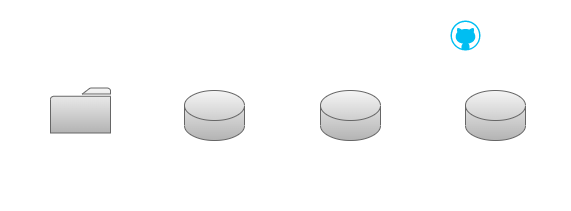
Before: images/git_image_ope_upload.png, a diagram exported from draw.io (syuuta0714/zenn-connect). Source tidied: cells renumbered, new cells last; positions are measured from the earlier drawing's top-left corner, leaving out a move shared by most shapes.
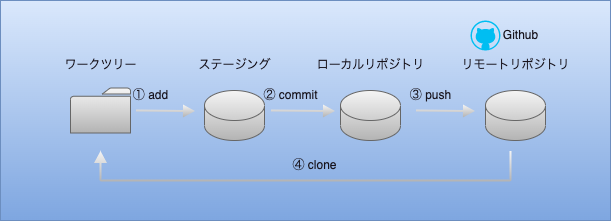
The same diagram one commit later.

The edit, as a diff of the source:
```diff
@@ -2,22 +2,22 @@
   <root>
     <mxCell id="0" />
     <mxCell id="1" parent="0" />
-    <mxCell id="2" style="rounded=0;whiteSpace=wrap;html=1;fillColor=default;strokeColor=none;" parent="1" vertex="1">
-      <mxGeometry width="570" height="210" as="geometry" />
-    </mxCell>
+    <mxCell id="21" style="rounded=0;whiteSpace=wrap;html=1;fillColor=#dae8fc;strokeColor=#6c8ebf;gradientColor=#7ea6e0;" parent="1" vertex="1">
+      <mxGeometry x="-20" width="610" height="220" as="geometry" />
+    </mxCell>
     <mxCell id="3" style="sketch=0;shadow=0;dashed=0;html=1;strokeColor=#666666;fillColor=#f5f5f5;labelPosition=center;verticalLabelPosition=bottom;verticalAlign=top;align=center;shape=mxgraph.office.concepts.folder;gradientColor=#b3b3b3;" parent="1" vertex="1">
       <mxGeometry x="50" y="87.5" width="60" height="45" as="geometry" />
     </mxCell>
-    <mxCell id="4" value="ワークツリー" style="text;html=1;align=center;verticalAlign=middle;fontColor=#FFFFFF;" parent="1" vertex="1">
+    <mxCell id="4" value="ワークツリー" style="text;html=1;align=center;verticalAlign=middle;fontColor=#18141D;" parent="1" vertex="1">
       <mxGeometry x="30" y="50" width="100" height="30" as="geometry" />
     </mxCell>
     <mxCell id="5" style="shape=cylinder3;whiteSpace=wrap;html=1;boundedLbl=1;backgroundOutline=1;size=15;fillColor=#f5f5f5;gradientColor=#b3b3b3;strokeColor=#666666;" parent="1" vertex="1">
       <mxGeometry x="184" y="90" width="60" height="50" as="geometry" />
     </mxCell>
-    <mxCell id="6" value="ステージング" style="text;html=1;align=center;verticalAlign=middle;fontColor=#FFFFFF;" parent="1" vertex="1">
+    <mxCell id="6" value="ステージング" style="text;html=1;align=center;verticalAlign=middle;fontColor=#18141D;" parent="1" vertex="1">
       <mxGeometry x="164" y="50" width="100" height="30" as="geometry" />
     </mxCell>
-    <mxCell id="7" value="ローカルリポジトリ" style="text;html=1;align=center;verticalAlign=middle;fontColor=#FFFFFF;" parent="1" vertex="1">
+    <mxCell id="7" value="ローカルリポジトリ" style="text;html=1;align=center;verticalAlign=middle;fontColor=#18141D;" parent="1" vertex="1">
       <mxGeometry x="285" y="50" width="130" height="30" as="geometry" />
     </mxCell>
     <mxCell id="8" style="shape=cylinder3;whiteSpace=wrap;html=1;boundedLbl=1;backgroundOutline=1;size=15;fillColor=#f5f5f5;gradientColor=#b3b3b3;strokeColor=#666666;" parent="1" vertex="1">
@@ -26,43 +26,43 @@
     <mxCell id="9" style="shape=cylinder3;whiteSpace=wrap;html=1;boundedLbl=1;backgroundOutline=1;size=15;fillColor=#f5f5f5;gradientColor=#b3b3b3;strokeColor=#666666;" parent="1" vertex="1">
       <mxGeometry x="465" y="90" width="60" height="50" as="geometry" />
     </mxCell>
-    <mxCell id="10" value="① add" style="text;html=1;align=center;verticalAlign=middle;fontColor=#FFFFFF;" parent="1" vertex="1">
+    <mxCell id="10" value="① add" style="text;html=1;align=center;verticalAlign=middle;fontColor=#18141D;" parent="1" vertex="1">
       <mxGeometry x="100" y="80" width="60" height="30" as="geometry" />
     </mxCell>
-    <mxCell id="11" style="edgeStyle=none;orthogonalLoop=1;jettySize=auto;html=1;shape=flexArrow;rounded=1;startSize=8;endSize=3.68;strokeColor=#FFFFFF;endWidth=10;width=2;fillColor=#FFFFFF;" parent="1" edge="1">
+    <mxCell id="11" style="edgeStyle=none;orthogonalLoop=1;jettySize=auto;html=1;shape=flexArrow;rounded=1;startSize=8;endSize=3.68;strokeColor=none;endWidth=10;width=2;fillColor=#f5f5f5;gradientColor=#b3b3b3;" parent="1" edge="1">
       <mxGeometry relative="1" as="geometry">
         <mxPoint x="115" y="110" as="sourcePoint" />
         <mxPoint x="175" y="110.5" as="targetPoint" />
       </mxGeometry>
     </mxCell>
-    <mxCell id="12" style="edgeStyle=none;orthogonalLoop=1;jettySize=auto;html=1;shape=flexArrow;rounded=1;startSize=8;endSize=3.68;strokeColor=#FFFFFF;endWidth=10;width=2;fillColor=#FFFFFF;startArrow=none;" parent="1" edge="1">
+    <mxCell id="12" style="edgeStyle=none;orthogonalLoop=1;jettySize=auto;html=1;shape=flexArrow;rounded=1;startSize=8;endSize=3.68;strokeColor=none;endWidth=10;width=2;fillColor=#f5f5f5;startArrow=none;gradientColor=#b3b3b3;" parent="1" edge="1">
       <mxGeometry relative="1" as="geometry">
         <mxPoint x="250" y="110" as="sourcePoint" />
         <mxPoint x="315" y="110.5" as="targetPoint" />
       </mxGeometry>
     </mxCell>
-    <mxCell id="13" value="Github" style="text;html=1;align=center;verticalAlign=middle;strokeColor=none;fillColor=none;fontColor=#FFFFFF;" parent="1" vertex="1">
+    <mxCell id="13" value="Github" style="text;html=1;align=center;verticalAlign=middle;strokeColor=none;fillColor=none;fontColor=#18141D;" parent="1" vertex="1">
       <mxGeometry x="470" y="20" width="60" height="30" as="geometry" />
     </mxCell>
     <mxCell id="14" style="verticalLabelPosition=bottom;html=1;verticalAlign=top;align=center;strokeColor=none;fillColor=#00BEF2;shape=mxgraph.azure.github_code;" parent="1" vertex="1">
       <mxGeometry x="450" y="20" width="30" height="30" as="geometry" />
     </mxCell>
-    <mxCell id="15" value="リモートリポジトリ" style="text;html=1;align=center;verticalAlign=middle;fontColor=#FFFFFF;" parent="1" vertex="1">
+    <mxCell id="15" value="リモートリポジトリ" style="text;html=1;align=center;verticalAlign=middle;fontColor=#18141D;" parent="1" vertex="1">
       <mxGeometry x="430" y="50" width="130" height="30" as="geometry" />
     </mxCell>
-    <mxCell id="16" style="edgeStyle=none;orthogonalLoop=1;jettySize=auto;html=1;shape=flexArrow;rounded=1;startSize=8;endSize=3.68;strokeColor=#FFFFFF;endWidth=10;width=2;fillColor=#FFFFFF;" parent="1" edge="1">
+    <mxCell id="16" style="edgeStyle=none;orthogonalLoop=1;jettySize=auto;html=1;shape=flexArrow;rounded=1;startSize=8;endSize=3.68;strokeColor=none;endWidth=10;width=2;fillColor=#f5f5f5;gradientColor=#b3b3b3;" parent="1" edge="1">
       <mxGeometry relative="1" as="geometry">
         <mxPoint x="395" y="110" as="sourcePoint" />
         <mxPoint x="455" y="110.5" as="targetPoint" />
       </mxGeometry>
     </mxCell>
-    <mxCell id="17" value="③ push" style="text;html=1;align=center;verticalAlign=middle;fontColor=#FFFFFF;" parent="1" vertex="1">
+    <mxCell id="17" value="③ push" style="text;html=1;align=center;verticalAlign=middle;fontColor=#18141D;" parent="1" vertex="1">
       <mxGeometry x="380" y="80" width="60" height="30" as="geometry" />
     </mxCell>
-    <mxCell id="18" value="② commit" style="text;html=1;align=center;verticalAlign=middle;fontColor=#FFFFFF;" parent="1" vertex="1">
+    <mxCell id="18" value="② commit" style="text;html=1;align=center;verticalAlign=middle;fontColor=#18141D;" parent="1" vertex="1">
       <mxGeometry x="230" y="80" width="80" height="30" as="geometry" />
     </mxCell>
-    <mxCell id="19" style="edgeStyle=none;orthogonalLoop=1;jettySize=auto;html=1;shape=flexArrow;rounded=1;startSize=8;endSize=3.68;strokeColor=#FFFFFF;endWidth=10;width=2;fillColor=#FFFFFF;" parent="1" edge="1">
+    <mxCell id="19" style="edgeStyle=none;orthogonalLoop=1;jettySize=auto;html=1;shape=flexArrow;rounded=1;startSize=8;endSize=3.68;strokeColor=none;endWidth=10;width=2;fillColor=#f5f5f5;gradientColor=#b3b3b3;" parent="1" edge="1">
       <mxGeometry relative="1" as="geometry">
         <mxPoint x="490" y="150" as="sourcePoint" />
         <mxPoint x="80" y="150" as="targetPoint" />
@@ -73,7 +73,7 @@
         </Array>
       </mxGeometry>
     </mxCell>
-    <mxCell id="20" value="④ clone" style="text;html=1;align=center;verticalAlign=middle;fontColor=#FFFFFF;" parent="1" vertex="1">
+    <mxCell id="20" value="④ clone" style="text;html=1;align=center;verticalAlign=middle;fontColor=#18141D;" parent="1" vertex="1">
       <mxGeometry x="259" y="150" width="70" height="30" as="geometry" />
     </mxCell>
   </root>
```
